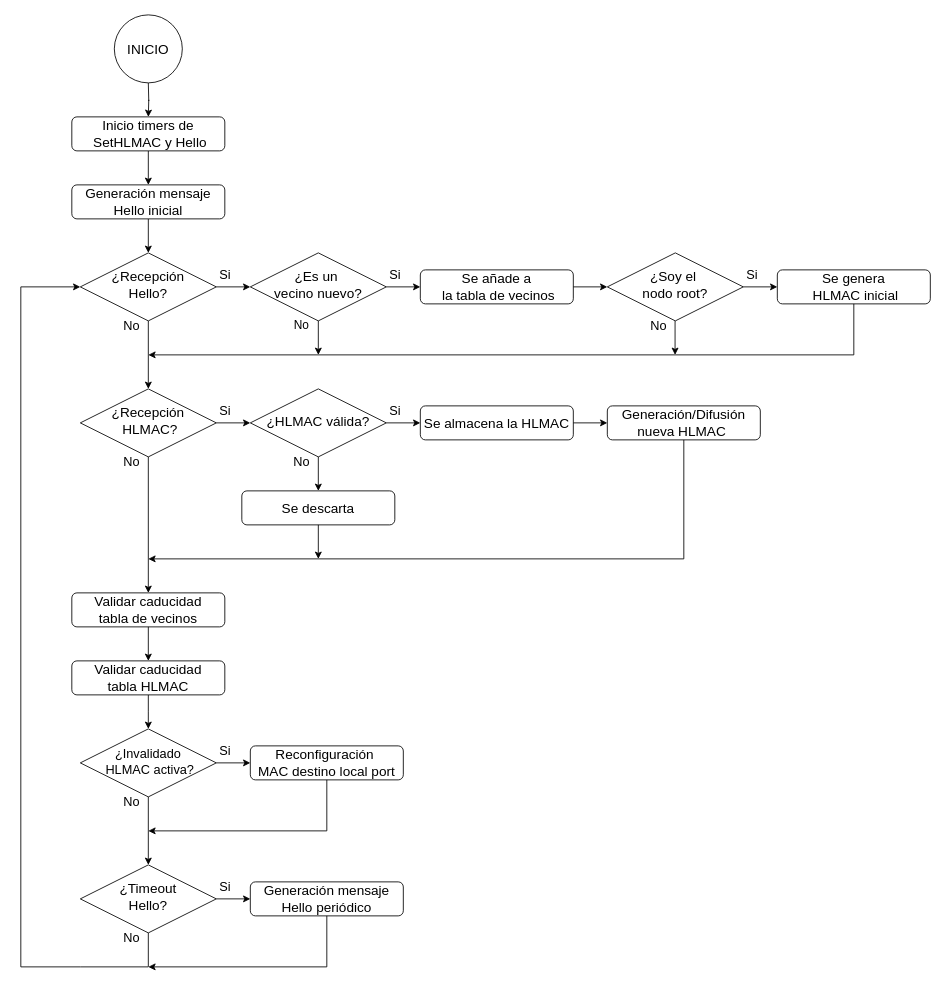
The draw.io diagram fig/04_in-band/in_band_6.drawio in davidcawork/phd-thesis, before the edit. Source tidied: cells renumbered, new cells numbered last; positions are measured from the earlier drawing's top-left corner, leaving out a move shared by most shapes. Both pictures are drawn from the tidied source at 85%, with x=0, y=0 at pixel (20, 14).
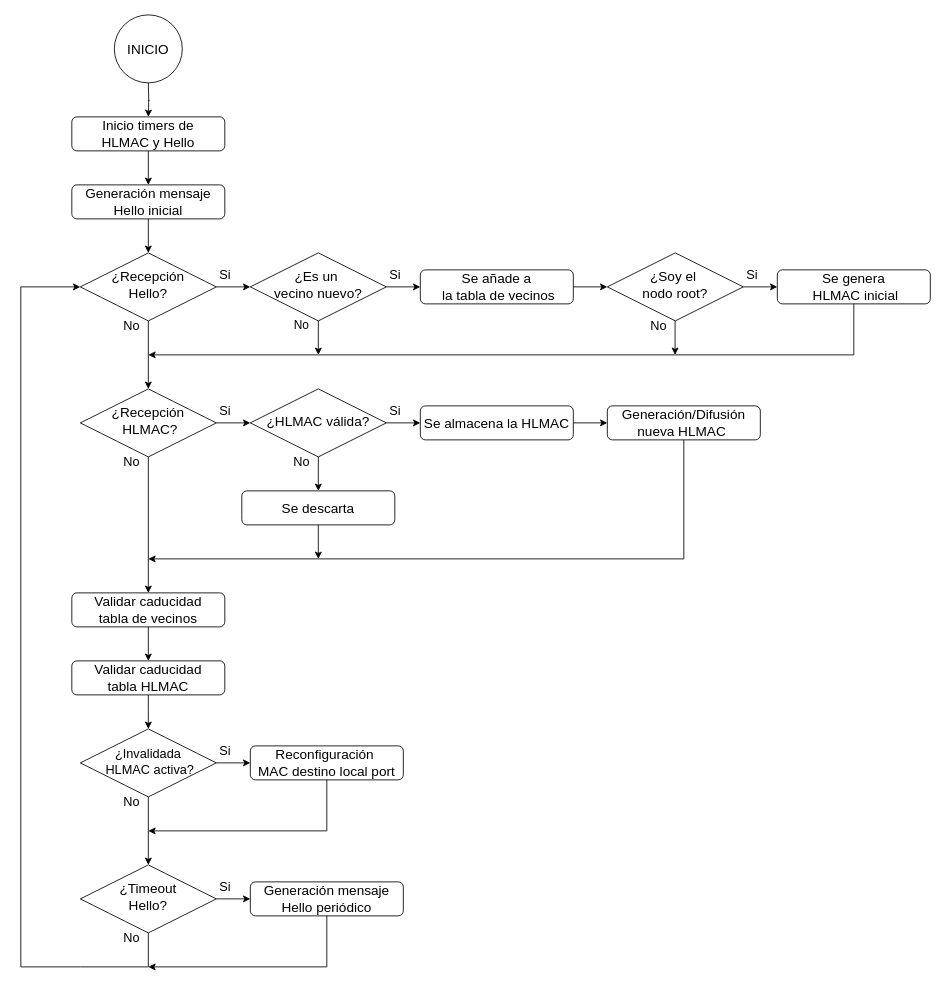
The same diagram, later.

The edit, as a diff of the source:
```diff
@@
-    <mxCell id="4" value="&lt;font style=&quot;font-size: 16px;&quot;&gt;Inicio timers de&lt;/font&gt;&lt;div&gt;&lt;font style=&quot;font-size: 16px;&quot;&gt;&amp;nbsp;SetHLMAC y Hello&lt;/font&gt;&lt;/div&gt;" style="rounded=1;whiteSpace=wrap;html=1;fontSize=12;glass=0;strokeWidth=1;shadow=0;" parent="1" vertex="1">
+    <mxCell id="4" value="&lt;font style=&quot;font-size: 16px;&quot;&gt;Inicio timers de&lt;/font&gt;&lt;div&gt;&lt;font style=&quot;font-size: 16px;&quot;&gt;HLMAC y Hello&lt;/font&gt;&lt;/div&gt;" style="rounded=1;whiteSpace=wrap;html=1;fontSize=12;glass=0;strokeWidth=1;shadow=0;" parent="1" vertex="1">
       <mxGeometry x="60" y="120" width="180" height="40" as="geometry" />
     </mxCell>
@@
-    <mxCell id="47" value="&lt;font style=&quot;font-size: 15px;&quot;&gt;¿Invalidado&lt;/font&gt;&lt;div&gt;&lt;font style=&quot;font-size: 15px;&quot;&gt;&amp;nbsp;HLMAC activa?&lt;/font&gt;&lt;/div&gt;" style="rhombus;whiteSpace=wrap;html=1;shadow=0;fontFamily=Helvetica;fontSize=12;align=center;strokeWidth=1;spacing=6;spacingTop=-4;" parent="1" vertex="1">
+    <mxCell id="47" value="&lt;font style=&quot;font-size: 15px;&quot;&gt;¿Invalidada&lt;/font&gt;&lt;div&gt;&lt;font style=&quot;font-size: 15px;&quot;&gt;&amp;nbsp;HLMAC activa?&lt;/font&gt;&lt;/div&gt;" style="rhombus;whiteSpace=wrap;html=1;shadow=0;fontFamily=Helvetica;fontSize=12;align=center;strokeWidth=1;spacing=6;spacingTop=-4;" parent="1" vertex="1">
       <mxGeometry x="70" y="840" width="160" height="80" as="geometry" />
     </mxCell>
```
